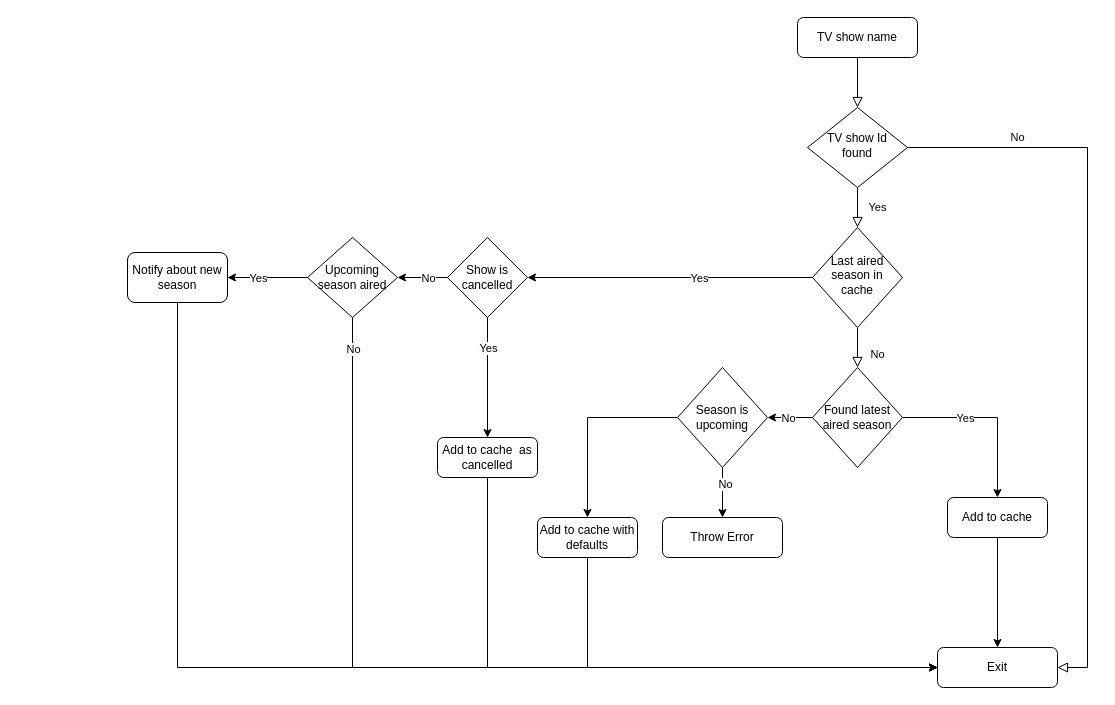
Before: flowchart.drawio in aivarasatk/TvSeriesNotifications, a draw.io diagram. Source tidied: cells renumbered, new cells numbered last; positions are measured from the earlier drawing's top-left corner, leaving out a move shared by most shapes. Both pictures are drawn from the tidied source at 100%, with x=0, y=0 at pixel (127, 17).
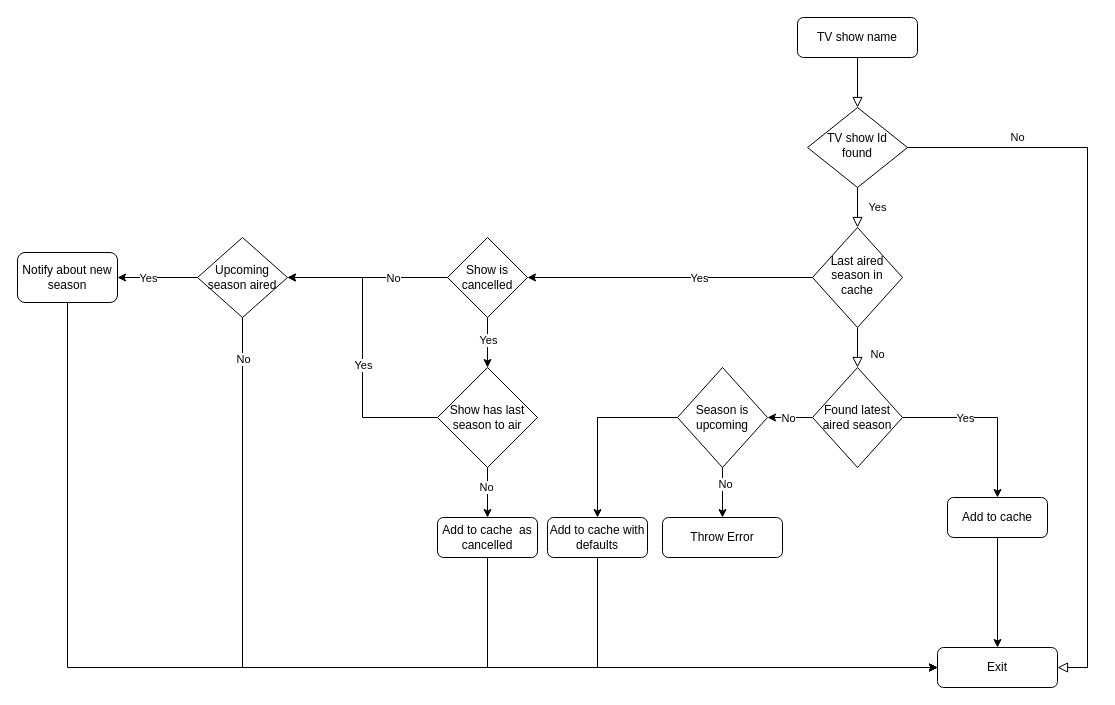
After the change.

Commit message (it also covers changes not shown here):
Cancelled tv shows now notify about the last season if any. Fixed test project to build.

The change refers to these unchanged cells:
```xml
<mxCell id="7" value="Exit" style="rounded=1;whiteSpace=wrap;html=1;fontSize=12;glass=0;strokeWidth=1;shadow=0;" parent="1" vertex="1">
  <mxGeometry x="810" y="630" width="120" height="40" as="geometry" />
</mxCell>
<mxCell id="20" value="Show is cancelled" style="rhombus;whiteSpace=wrap;html=1;" parent="1" vertex="1">
  <mxGeometry x="320" y="220" width="80" height="80" as="geometry" />
</mxCell>
```

What changed in the source:
```diff
@@
     <mxCell id="21" style="edgeStyle=orthogonalEdgeStyle;rounded=0;jettySize=auto;html=1;entryX=0;entryY=0.5;entryDx=0;entryDy=0;" parent="1" edge="1" source="25" target="7">
       <mxGeometry relative="1" as="geometry">
         <Array as="points">
-          <mxPoint x="225" y="650" />
+          <mxPoint x="115" y="650" />
         </Array>
       </mxGeometry>
     </mxCell>
@@
     <mxCell id="25" value="Upcoming season aired" style="rhombus;whiteSpace=wrap;html=1;" parent="1" vertex="1">
-      <mxGeometry x="180" y="220" width="90" height="80" as="geometry" />
+      <mxGeometry x="70" y="220" width="90" height="80" as="geometry" />
     </mxCell>
     <mxCell id="26" style="edgeStyle=orthogonalEdgeStyle;rounded=0;jettySize=auto;html=1;entryX=0;entryY=0.5;entryDx=0;entryDy=0;" parent="1" edge="1" source="27" target="7">
       <mxGeometry relative="1" as="geometry">
         <Array as="points">
-          <mxPoint x="50" y="650" />
+          <mxPoint x="-60" y="650" />
         </Array>
       </mxGeometry>
     </mxCell>
     <mxCell id="27" value="Notify about new season" style="rounded=1;whiteSpace=wrap;html=1;" parent="1" vertex="1">
-      <mxGeometry y="235" width="100" height="50" as="geometry" />
+      <mxGeometry x="-110" y="235" width="100" height="50" as="geometry" />
     </mxCell>
@@
     <mxCell id="32" style="edgeStyle=orthogonalEdgeStyle;rounded=0;jettySize=auto;html=1;entryX=0;entryY=0.5;entryDx=0;entryDy=0;" parent="1" edge="1" source="33" target="7">
       <mxGeometry relative="1" as="geometry">
         <Array as="points">
-          <mxPoint x="460" y="650" />
+          <mxPoint x="470" y="650" />
         </Array>
       </mxGeometry>
     </mxCell>
     <mxCell id="33" value="Add to cache with defaults" style="rounded=1;whiteSpace=wrap;html=1;" parent="1" vertex="1">
-      <mxGeometry x="410" y="500" width="100" height="40" as="geometry" />
+      <mxGeometry x="420" y="500" width="100" height="40" as="geometry" />
     </mxCell>
@@
     <mxCell id="37" value="Add to cache&amp;nbsp; as cancelled" style="rounded=1;whiteSpace=wrap;html=1;" parent="1" vertex="1">
-      <mxGeometry x="310" y="420" width="100" height="40" as="geometry" />
+      <mxGeometry x="310" y="500" width="100" height="40" as="geometry" />
     </mxCell>
-    <mxCell id="38" style="edgeStyle=orthogonalEdgeStyle;rounded=0;jettySize=auto;html=1;entryX=0.5;entryY=0;entryDx=0;entryDy=0;" parent="1" edge="1" source="20" target="37">
+    <mxCell id="38" style="edgeStyle=orthogonalEdgeStyle;rounded=0;jettySize=auto;html=1;entryX=0.5;entryY=0;entryDx=0;entryDy=0;" parent="1" edge="1" source="20" target="44">
       <mxGeometry relative="1" as="geometry" />
     </mxCell>
@@
+    <mxCell id="40" style="edgeStyle=orthogonalEdgeStyle;rounded=0;jettySize=auto;html=1;entryX=0.5;entryY=0;entryDx=0;entryDy=0;" parent="1" edge="1" source="44" target="37">
+      <mxGeometry relative="1" as="geometry" />
+    </mxCell>
+    <mxCell id="41" value="No&lt;br&gt;" style="edgeLabel;html=1;align=center;verticalAlign=middle;" parent="40" vertex="1">
+      <mxGeometry x="-0.24" y="-2" relative="1" as="geometry" />
+    </mxCell>
+    <mxCell id="42" style="edgeStyle=orthogonalEdgeStyle;rounded=0;jettySize=auto;html=1;entryX=1;entryY=0.5;entryDx=0;entryDy=0;" parent="1" edge="1" source="44" target="25">
+      <mxGeometry relative="1" as="geometry" />
+    </mxCell>
+    <mxCell id="43" value="Yes" style="edgeLabel;html=1;align=center;verticalAlign=middle;" parent="42" vertex="1">
+      <mxGeometry x="-0.12" relative="1" as="geometry" />
+    </mxCell>
+    <mxCell id="44" value="Show has last season to air" style="rhombus;whiteSpace=wrap;html=1;" parent="1" vertex="1">
+      <mxGeometry x="310" y="350" width="100" height="100" as="geometry" />
+    </mxCell>
```
